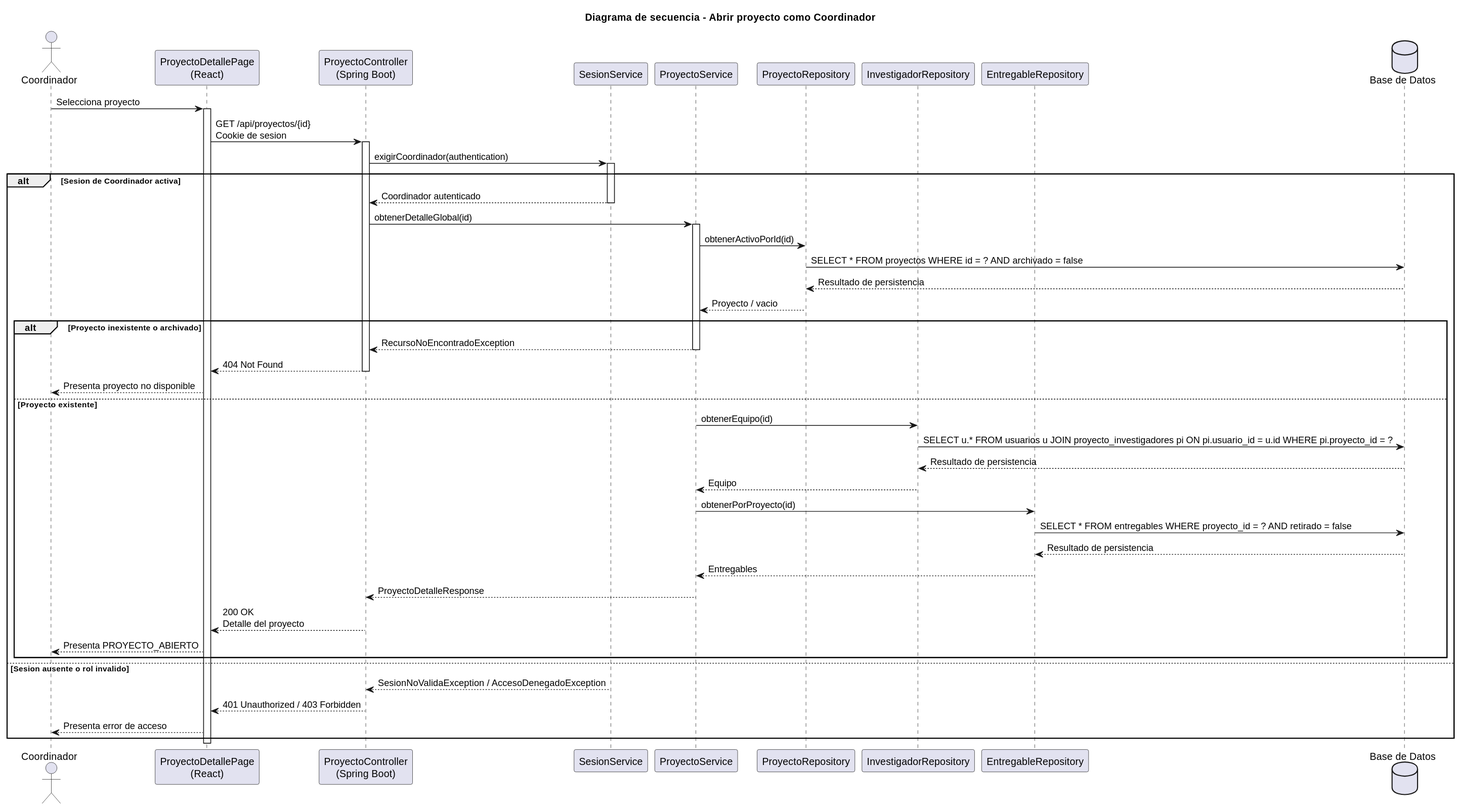
The PlantUML diagram images/RUP/02-diseño/casos-uso/coordinador/abrirProyecto/secuencia.svg in beatriizorozco/25-26-idsw2-sdVC, before a commit.
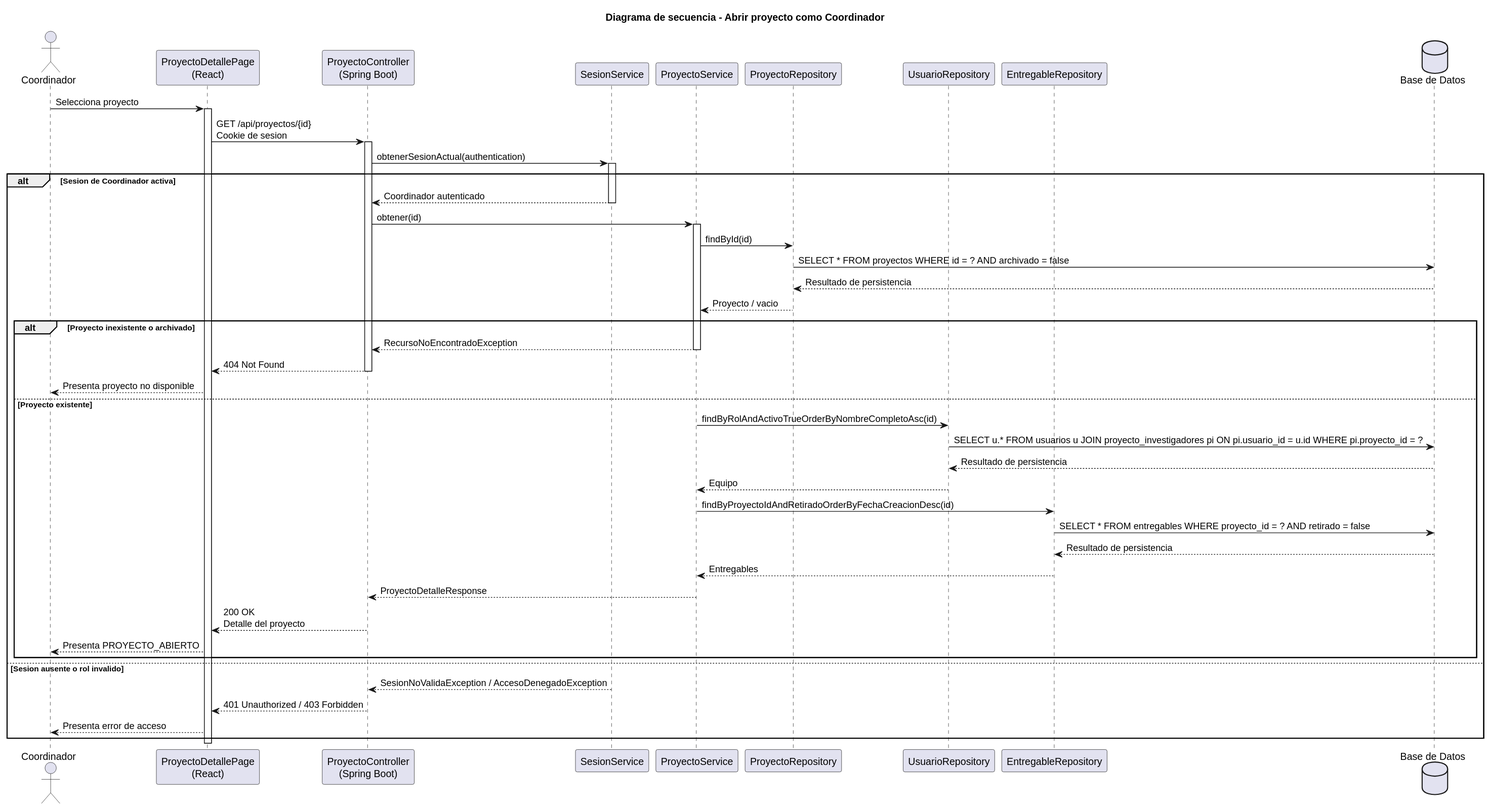
The same diagram one commit later.

Diff of the diagram source:
```diff
@@ -7,7 +7,7 @@
 participant "SesionService" as Sesion
 participant "ProyectoService" as Service
 participant "ProyectoRepository" as Repo
-participant "InvestigadorRepository" as InvestigadorRepo
+participant "UsuarioRepository" as InvestigadorRepo
 participant "EntregableRepository" as EntregableRepo
 database "Base de Datos" as DB
 
@@ -15,14 +15,14 @@
 activate Frontend
 Frontend -> Api: GET /api/proyectos/{id}\nCookie de sesion
 activate Api
-Api -> Sesion: exigirCoordinador(authentication)
+Api -> Sesion: obtenerSesionActual(authentication)
 activate Sesion
 alt Sesion de Coordinador activa
     Sesion --> Api: Coordinador autenticado
     deactivate Sesion
-    Api -> Service: obtenerDetalleGlobal(id)
+    Api -> Service: obtener(id)
     activate Service
-    Service -> Repo: obtenerActivoPorId(id)
+    Service -> Repo: findById(id)
     Repo -> DB: SELECT * FROM proyectos WHERE id = ? AND archivado = false
     DB --> Repo: Resultado de persistencia
     Repo --> Service: Proyecto / vacio
@@ -33,11 +33,11 @@
         deactivate Api
         Frontend --> Coordinador: Presenta proyecto no disponible
     else Proyecto existente
-        Service -> InvestigadorRepo: obtenerEquipo(id)
+        Service -> InvestigadorRepo: findByRolAndActivoTrueOrderByNombreCompletoAsc(id)
         InvestigadorRepo -> DB: SELECT u.* FROM usuarios u JOIN proyecto_investigadores pi ON pi.usuario_id = u.id WHERE pi.proyecto_id = ?
         DB --> InvestigadorRepo: Resultado de persistencia
         InvestigadorRepo --> Service: Equipo
-        Service -> EntregableRepo: obtenerPorProyecto(id)
+        Service -> EntregableRepo: findByProyectoIdAndRetiradoOrderByFechaCreacionDesc(id)
         EntregableRepo -> DB: SELECT * FROM entregables WHERE proyecto_id = ? AND retirado = false
         DB --> EntregableRepo: Resultado de persistencia
         EntregableRepo --> Service: Entregables
```
